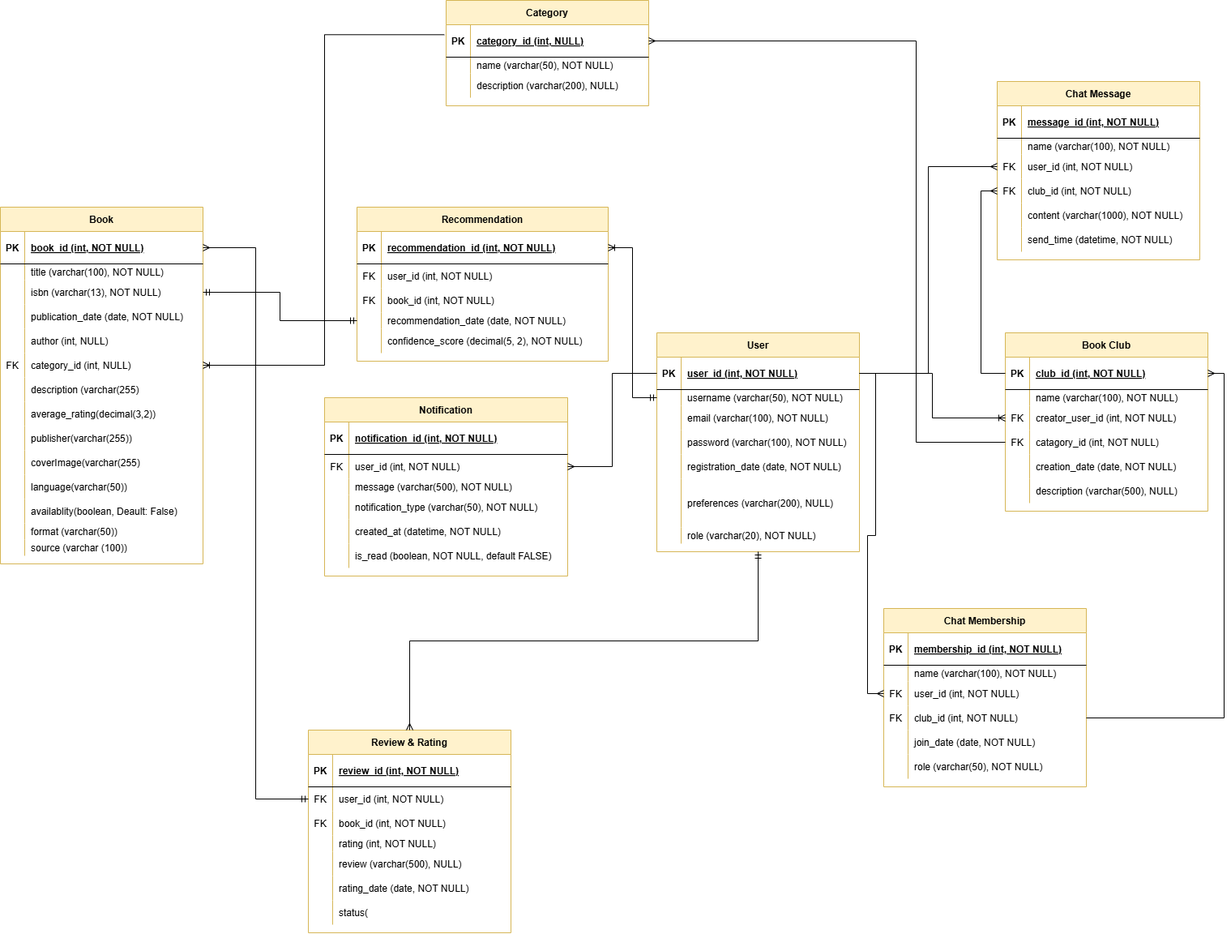
Kkgenkai/Draw.io keeps this draw.io diagram as New folder/Untitled Diagram.drawio.png. Above is the earlier version. Source tidied: cells renumbered, new cells last; positions are measured from the earlier drawing's top-left corner, leaving out a move shared by most shapes.
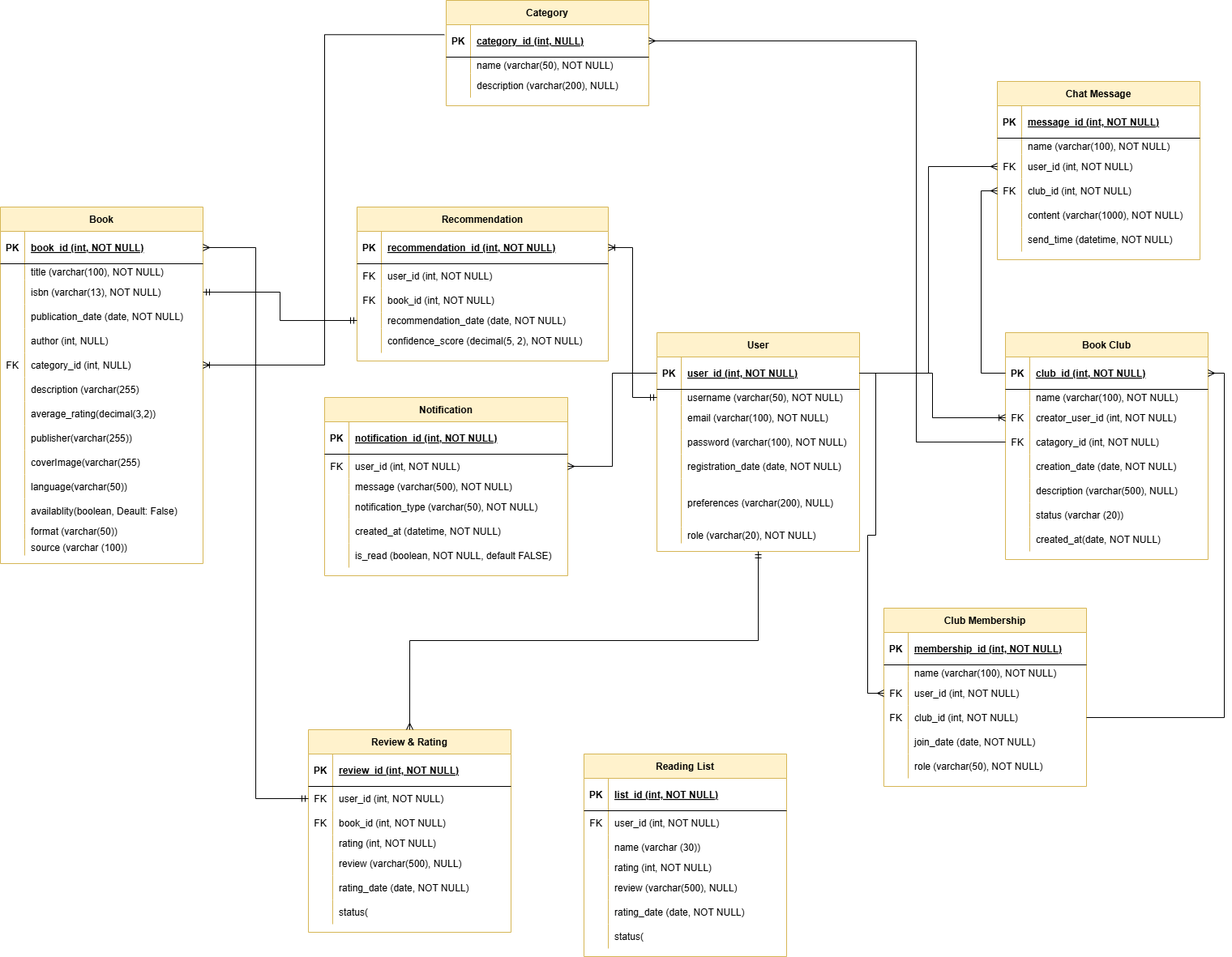
After the commit.

What changed in the source:
```diff
@@ -357,7 +357,7 @@
       <mxGeometry relative="1" as="geometry" />
     </mxCell>
     <mxCell id="120" value="Book Club" style="shape=table;startSize=30;rowLines=0;fontStyle=1;align=center;fillColor=#fff2cc;strokeColor=#d6b656;" parent="1" vertex="1">
-      <mxGeometry x="1240" y="410" width="250" height="220" as="geometry" />
+      <mxGeometry x="1240" y="410" width="250" height="280" as="geometry" />
     </mxCell>
     <mxCell id="121" style="shape=partialRectangle;fillColor=none;points=[[0,0.5],[1,0.5]];portConstraint=eastwest;top=0;left=0;right=0;bottom=1;" parent="120" vertex="1">
       <mxGeometry y="30" width="250" height="40" as="geometry" />
@@ -413,7 +413,25 @@
     <mxCell id="138" value="description (varchar(500), NULL)" style="shape=partialRectangle;overflow=hidden;fillColor=none;top=0;left=0;bottom=0;right=0;align=left;spacingLeft=6;" parent="136" vertex="1">
       <mxGeometry x="30" width="220" height="30" as="geometry" />
     </mxCell>
+    <mxCell id="203" style="shape=partialRectangle;fillColor=none;top=0;left=0;right=0;bottom=0;" parent="120" vertex="1">
+      <mxGeometry y="210" width="250" height="30" as="geometry" />
+    </mxCell>
+    <mxCell id="204" style="shape=partialRectangle;overflow=hidden;fillColor=none;top=0;left=0;bottom=0;right=0;" parent="203" vertex="1">
+      <mxGeometry width="30" height="30" as="geometry" />
+    </mxCell>
+    <mxCell id="205" value="status (varchar (20))" style="shape=partialRectangle;overflow=hidden;fillColor=none;top=0;left=0;bottom=0;right=0;align=left;spacingLeft=6;" parent="203" vertex="1">
+      <mxGeometry x="30" width="220" height="30" as="geometry" />
+    </mxCell>
+    <mxCell id="206" style="shape=partialRectangle;fillColor=none;top=0;left=0;right=0;bottom=0;" parent="120" vertex="1">
+      <mxGeometry y="240" width="250" height="30" as="geometry" />
+    </mxCell>
+    <mxCell id="207" style="shape=partialRectangle;overflow=hidden;fillColor=none;top=0;left=0;bottom=0;right=0;" parent="206" vertex="1">
+      <mxGeometry width="30" height="30" as="geometry" />
+    </mxCell>
+    <mxCell id="208" value="created_at(date, NOT NULL)" style="shape=partialRectangle;overflow=hidden;fillColor=none;top=0;left=0;bottom=0;right=0;align=left;spacingLeft=6;" parent="206" vertex="1">
+      <mxGeometry x="30" width="220" height="30" as="geometry" />
+    </mxCell>
-    <mxCell id="139" value="Chat Membership" style="shape=table;startSize=30;rowLines=0;fontStyle=1;align=center;fillColor=#fff2cc;strokeColor=#d6b656;" parent="1" vertex="1">
+    <mxCell id="139" value="Club Membership" style="shape=table;startSize=30;rowLines=0;fontStyle=1;align=center;fillColor=#fff2cc;strokeColor=#d6b656;" parent="1" vertex="1">
       <mxGeometry x="1090" y="750" width="250" height="220" as="geometry" />
     </mxCell>
     <mxCell id="140" style="shape=partialRectangle;fillColor=none;top=0;left=0;right=0;bottom=1;" parent="139" vertex="1">
@@ -610,5 +628,71 @@
     <mxCell id="202" style="edgeStyle=orthogonalEdgeStyle;rounded=0;jettySize=auto;html=1;exitX=1;exitY=0.5;exitDx=0;exitDy=0;entryX=0;entryY=0.5;entryDx=0;entryDy=0;startArrow=ERmany;startFill=0;endArrow=none;" parent="1" edge="1" source="181" target="3">
       <mxGeometry relative="1" as="geometry" />
     </mxCell>
+    <mxCell id="209" value="Reading List" style="shape=table;startSize=30;rowLines=0;fontStyle=1;align=center;fillColor=#fff2cc;strokeColor=#d6b656;" parent="1" vertex="1">
+      <mxGeometry x="720" y="930" width="250" height="250" as="geometry" />
+    </mxCell>
+    <mxCell id="210" style="shape=partialRectangle;fillColor=none;top=0;left=0;right=0;bottom=1;" parent="209" vertex="1">
+      <mxGeometry y="30" width="250" height="40" as="geometry" />
+    </mxCell>
+    <mxCell id="211" value="PK" style="shape=partialRectangle;overflow=hidden;fillColor=none;top=0;left=0;bottom=0;right=0;fontStyle=1;" parent="210" vertex="1">
+      <mxGeometry width="30" height="40" as="geometry" />
+    </mxCell>
+    <mxCell id="212" value="list_id (int, NOT NULL)" style="shape=partialRectangle;overflow=hidden;fillColor=none;top=0;left=0;bottom=0;right=0;align=left;spacingLeft=6;fontStyle=5;" parent="210" vertex="1">
+      <mxGeometry x="30" width="220" height="40" as="geometry" />
+    </mxCell>
+    <mxCell id="213" style="shape=partialRectangle;fillColor=none;top=0;left=0;right=0;bottom=0;" parent="209" vertex="1">
+      <mxGeometry y="70" width="250" height="30" as="geometry" />
+    </mxCell>
+    <mxCell id="214" value="FK" style="shape=partialRectangle;overflow=hidden;fillColor=none;top=0;left=0;bottom=0;right=0;" parent="213" vertex="1">
+      <mxGeometry width="30" height="30" as="geometry" />
+    </mxCell>
+    <mxCell id="215" value="user_id (int, NOT NULL)" style="shape=partialRectangle;overflow=hidden;fillColor=none;top=0;left=0;bottom=0;right=0;align=left;spacingLeft=6;" parent="213" vertex="1">
+      <mxGeometry x="30" width="220" height="30" as="geometry" />
+    </mxCell>
+    <mxCell id="216" style="shape=partialRectangle;fillColor=none;top=0;left=0;right=0;bottom=0;" parent="209" vertex="1">
+      <mxGeometry y="100" width="250" height="30" as="geometry" />
+    </mxCell>
+    <mxCell id="217" style="shape=partialRectangle;overflow=hidden;fillColor=none;top=0;left=0;bottom=0;right=0;" parent="216" vertex="1">
+      <mxGeometry width="30" height="30" as="geometry" />
+    </mxCell>
+    <mxCell id="218" value="name (varchar (30))" style="shape=partialRectangle;overflow=hidden;fillColor=none;top=0;left=0;bottom=0;right=0;align=left;spacingLeft=6;" parent="216" vertex="1">
+      <mxGeometry x="30" width="220" height="30" as="geometry" />
+    </mxCell>
+    <mxCell id="219" style="shape=partialRectangle;fillColor=none;top=0;left=0;right=0;bottom=0;" parent="209" vertex="1">
+      <mxGeometry y="130" width="250" height="20" as="geometry" />
+    </mxCell>
+    <mxCell id="220" style="shape=partialRectangle;overflow=hidden;fillColor=none;top=0;left=0;bottom=0;right=0;" parent="219" vertex="1">
+      <mxGeometry width="30" height="20" as="geometry" />
+    </mxCell>
+    <mxCell id="221" value="rating (int, NOT NULL) " style="shape=partialRectangle;overflow=hidden;fillColor=none;top=0;left=0;bottom=0;right=0;align=left;spacingLeft=6;" parent="219" vertex="1">
+      <mxGeometry x="30" width="220" height="20" as="geometry" />
+    </mxCell>
+    <mxCell id="222" style="shape=partialRectangle;fillColor=none;top=0;left=0;right=0;bottom=0;" parent="209" vertex="1">
+      <mxGeometry y="150" width="250" height="30" as="geometry" />
+    </mxCell>
+    <mxCell id="223" style="shape=partialRectangle;overflow=hidden;fillColor=none;top=0;left=0;bottom=0;right=0;" parent="222" vertex="1">
+      <mxGeometry width="30" height="30" as="geometry" />
+    </mxCell>
+    <mxCell id="224" value="review (varchar(500), NULL)" style="shape=partialRectangle;overflow=hidden;fillColor=none;top=0;left=0;bottom=0;right=0;align=left;spacingLeft=6;" parent="222" vertex="1">
+      <mxGeometry x="30" width="220" height="30" as="geometry" />
+    </mxCell>
+    <mxCell id="225" style="shape=partialRectangle;fillColor=none;top=0;left=0;right=0;bottom=0;" parent="209" vertex="1">
+      <mxGeometry y="180" width="250" height="30" as="geometry" />
+    </mxCell>
+    <mxCell id="226" style="shape=partialRectangle;overflow=hidden;fillColor=none;top=0;left=0;bottom=0;right=0;" parent="225" vertex="1">
+      <mxGeometry width="30" height="30" as="geometry" />
+    </mxCell>
+    <mxCell id="227" value="rating_date (date, NOT NULL)" style="shape=partialRectangle;overflow=hidden;fillColor=none;top=0;left=0;bottom=0;right=0;align=left;spacingLeft=6;" parent="225" vertex="1">
+      <mxGeometry x="30" width="220" height="30" as="geometry" />
+    </mxCell>
+    <mxCell id="228" style="shape=partialRectangle;fillColor=none;top=0;left=0;right=0;bottom=0;" parent="209" vertex="1">
+      <mxGeometry y="210" width="250" height="30" as="geometry" />
+    </mxCell>
+    <mxCell id="229" style="shape=partialRectangle;overflow=hidden;fillColor=none;top=0;left=0;bottom=0;right=0;" parent="228" vertex="1">
+      <mxGeometry width="30" height="30" as="geometry" />
+    </mxCell>
+    <mxCell id="230" value="status(" style="shape=partialRectangle;overflow=hidden;fillColor=none;top=0;left=0;bottom=0;right=0;align=left;spacingLeft=6;" parent="228" vertex="1">
+      <mxGeometry x="30" width="220" height="30" as="geometry" />
+    </mxCell>
   </root>
 </mxGraphModel>
```
